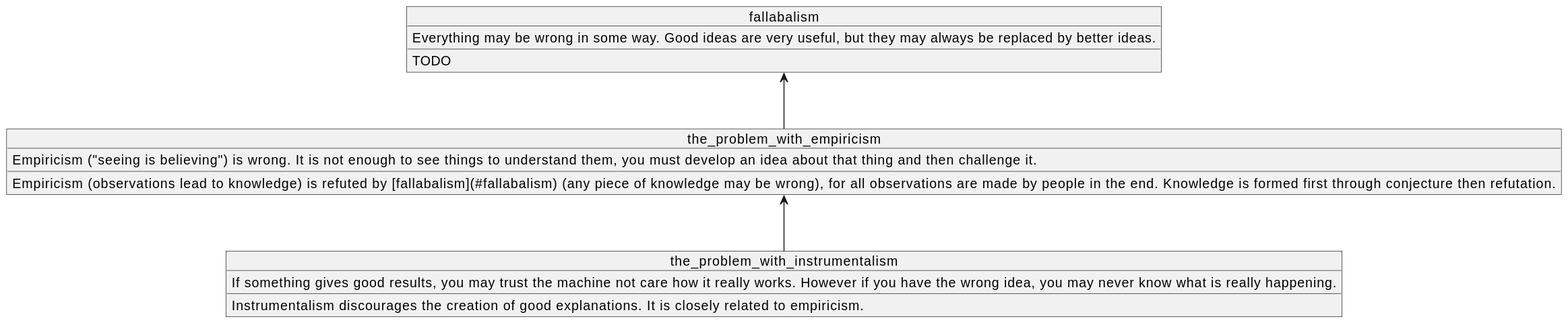
ceramic-sf/ceramic-sf.github.io keeps this PlantUML diagram as docs/assets/images_quick_boi/bolq_diagram_the_problem_with_instrumentalism/bolq_diagram_the_problem_with_instrumentalism.svg. Above is the earlier version. Its diagram source:
```plantuml
@startuml bolq_diagram_the_problem_with_instrumentalism

object the_problem_with_instrumentalism {
If something gives good results, you may trust the machine not care how it really works. However if you have the wrong idea, you may never know what is really happening.
____
Instrumentalism discourages the creation of good explanations. It is closely related to empiricism.
}
the_problem_with_empiricism <-- the_problem_with_instrumentalism

object the_problem_with_empiricism {
Empiricism ("seeing is believing") is wrong. It is not enough to see things to understand them, you must develop an idea about that thing and then challenge it.
____
Empiricism (observations lead to knowledge) is refuted by [fallabalism](#fallabalism) (any piece of knowledge may be wrong), for all observations are made by people in the end. Knowledge is formed first through conjecture then refutation.
}
fallabalism <-- the_problem_with_empiricism

object fallabalism {
Everything may be wrong in some way. Good ideas are very useful, but they may always be replaced by better ideas.
____
TODO
}
@enduml
```
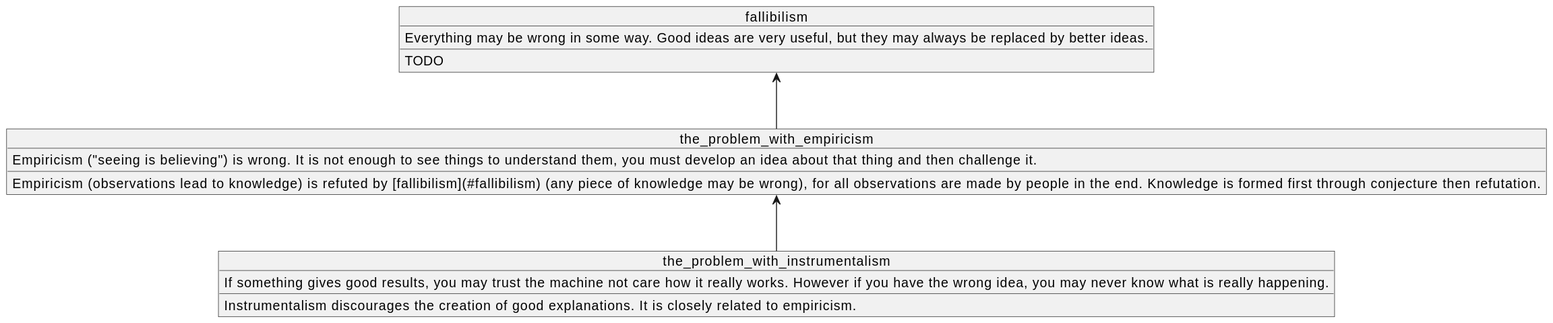
After the commit.

Diff of the diagram source:
```diff
@@ -10,11 +10,11 @@
 object the_problem_with_empiricism {
 Empiricism ("seeing is believing") is wrong. It is not enough to see things to understand them, you must develop an idea about that thing and then challenge it.
 ____
-Empiricism (observations lead to knowledge) is refuted by [fallabalism](#fallabalism) (any piece of knowledge may be wrong), for all observations are made by people in the end. Knowledge is formed first through conjecture then refutation.
+Empiricism (observations lead to knowledge) is refuted by [fallibilism](#fallibilism) (any piece of knowledge may be wrong), for all observations are made by people in the end. Knowledge is formed first through conjecture then refutation.
 }
-fallabalism <-- the_problem_with_empiricism
+fallibilism <-- the_problem_with_empiricism
 
-object fallabalism {
+object fallibilism {
 Everything may be wrong in some way. Good ideas are very useful, but they may always be replaced by better ideas.
 ____
 TODO
```
